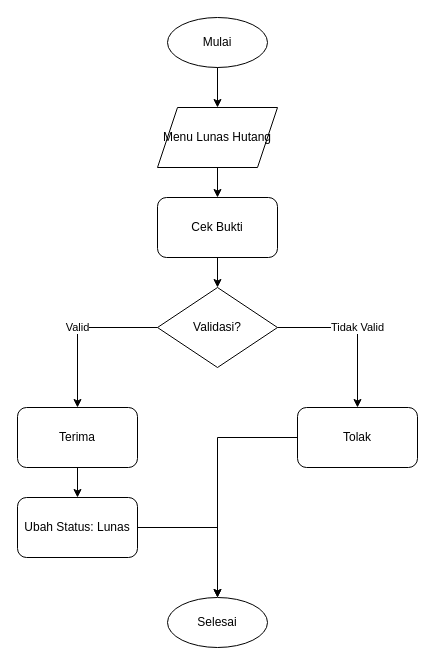
Earlier version of the draw.io diagram diagram/flowchart/10_admin_lunas_hutang.drawio (RajaSunrise/ud_zivana). Source tidied: cells renumbered, new cells numbered last; positions are measured from the earlier drawing's top-left corner, leaving out a move shared by most shapes. Both pictures are drawn from the tidied source at 100%, with x=0, y=0 at pixel (17, 17).
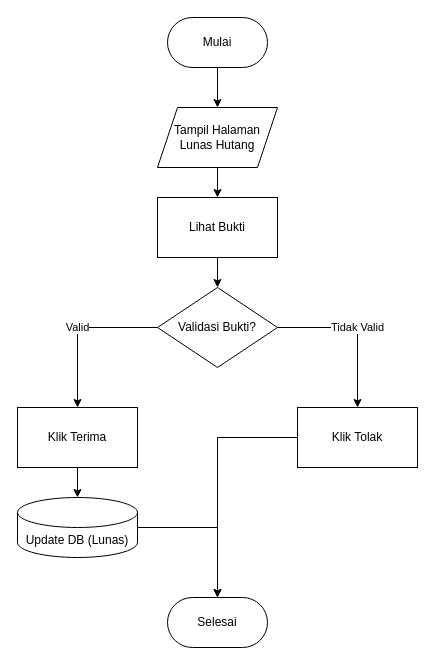
Above is the later version.

The edit, as a diff of the source:
```diff
@@
 <mxGraphModel>
   <root>
     <mxCell id="0" />
     <mxCell id="1" parent="0" />
-    <mxCell id="2" value="Mulai" style="ellipse;whiteSpace=wrap;html=1;" parent="1" vertex="1">
+    <mxCell id="2" value="Mulai" style="rounded=1;whiteSpace=wrap;html=1;arcSize=50;" parent="1" vertex="1">
       <mxGeometry x="150" width="100" height="50" as="geometry" />
     </mxCell>
-    <mxCell id="3" value="Menu Lunas Hutang" style="shape=parallelogram;perimeter=parallelogramPerimeter;whiteSpace=wrap;html=1;fixedSize=1;" parent="1" vertex="1">
+    <mxCell id="3" value="Tampil Halaman Lunas Hutang" style="shape=parallelogram;perimeter=parallelogramPerimeter;whiteSpace=wrap;html=1;fixedSize=1;" parent="1" vertex="1">
       <mxGeometry x="140" y="90" width="120" height="60" as="geometry" />
     </mxCell>
-    <mxCell id="4" value="Cek Bukti" style="rounded=1;whiteSpace=wrap;html=1;" parent="1" vertex="1">
+    <mxCell id="4" value="Lihat Bukti" style="rounded=0;whiteSpace=wrap;html=1;" parent="1" vertex="1">
       <mxGeometry x="140" y="180" width="120" height="60" as="geometry" />
     </mxCell>
-    <mxCell id="5" value="Validasi?" style="rhombus;whiteSpace=wrap;html=1;" parent="1" vertex="1">
+    <mxCell id="5" value="Validasi Bukti?" style="rhombus;whiteSpace=wrap;html=1;" parent="1" vertex="1">
       <mxGeometry x="140" y="270" width="120" height="80" as="geometry" />
     </mxCell>
-    <mxCell id="6" value="Terima" style="rounded=1;whiteSpace=wrap;html=1;" parent="1" vertex="1">
+    <mxCell id="6" value="Klik Terima" style="rounded=0;whiteSpace=wrap;html=1;" parent="1" vertex="1">
       <mxGeometry y="390" width="120" height="60" as="geometry" />
     </mxCell>
-    <mxCell id="7" value="Tolak" style="rounded=1;whiteSpace=wrap;html=1;" parent="1" vertex="1">
+    <mxCell id="7" value="Klik Tolak" style="rounded=0;whiteSpace=wrap;html=1;" parent="1" vertex="1">
       <mxGeometry x="280" y="390" width="120" height="60" as="geometry" />
     </mxCell>
-    <mxCell id="8" value="Ubah Status: Lunas" style="rounded=1;whiteSpace=wrap;html=1;" parent="1" vertex="1">
+    <mxCell id="8" value="Update DB (Lunas)" style="shape=cylinder3;whiteSpace=wrap;html=1;boundedLbl=1;backgroundOutline=1;size=15;" parent="1" vertex="1">
       <mxGeometry y="480" width="120" height="60" as="geometry" />
     </mxCell>
-    <mxCell id="9" value="Selesai" style="ellipse;whiteSpace=wrap;html=1;" parent="1" vertex="1">
+    <mxCell id="9" value="Selesai" style="rounded=1;whiteSpace=wrap;html=1;arcSize=50;" parent="1" vertex="1">
       <mxGeometry x="150" y="580" width="100" height="50" as="geometry" />
     </mxCell>
     <mxCell id="10" style="edgeStyle=orthogonalEdgeStyle;rounded=0;jettySize=auto;html=1;" parent="1" edge="1" source="2" target="3">
       <mxGeometry relative="1" as="geometry" />
     </mxCell>
     <mxCell id="11" style="edgeStyle=orthogonalEdgeStyle;rounded=0;jettySize=auto;html=1;" parent="1" edge="1" source="3" target="4">
       <mxGeometry relative="1" as="geometry" />
     </mxCell>
     <mxCell id="12" style="edgeStyle=orthogonalEdgeStyle;rounded=0;jettySize=auto;html=1;" parent="1" edge="1" source="4" target="5">
       <mxGeometry relative="1" as="geometry" />
     </mxCell>
     <mxCell id="13" value="Valid" style="edgeStyle=orthogonalEdgeStyle;rounded=0;jettySize=auto;html=1;" parent="1" edge="1" source="5" target="6">
       <mxGeometry relative="1" as="geometry" />
     </mxCell>
     <mxCell id="14" value="Tidak Valid" style="edgeStyle=orthogonalEdgeStyle;rounded=0;jettySize=auto;html=1;" parent="1" edge="1" source="5" target="7">
       <mxGeometry relative="1" as="geometry" />
     </mxCell>
     <mxCell id="15" style="edgeStyle=orthogonalEdgeStyle;rounded=0;jettySize=auto;html=1;" parent="1" edge="1" source="6" target="8">
       <mxGeometry relative="1" as="geometry" />
     </mxCell>
     <mxCell id="16" style="edgeStyle=orthogonalEdgeStyle;rounded=0;jettySize=auto;html=1;" parent="1" edge="1" source="8" target="9">
       <mxGeometry relative="1" as="geometry" />
     </mxCell>
     <mxCell id="17" style="edgeStyle=orthogonalEdgeStyle;rounded=0;jettySize=auto;html=1;" parent="1" edge="1" source="7" target="9">
       <mxGeometry relative="1" as="geometry" />
     </mxCell>
   </root>
 </mxGraphModel>
```
